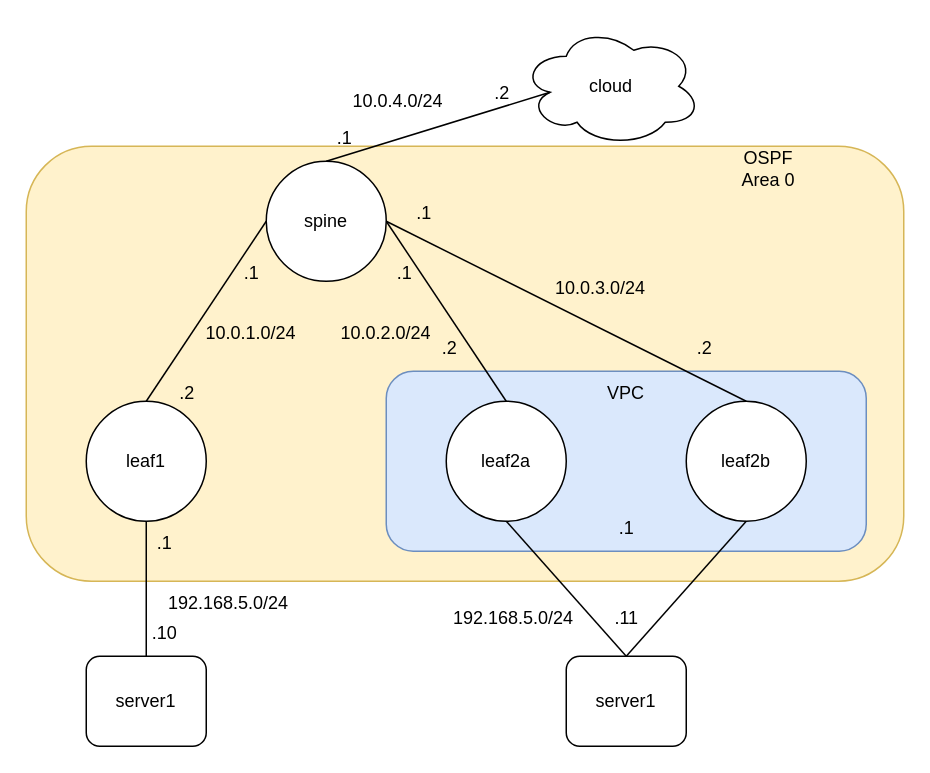
The draw.io diagram source/_posts/vxlan-simple/vxlan-simple.drawio in martyrsmith/martyrsmith.github.io, before the edit. Source tidied: cells renumbered, new cells numbered last; positions are measured from the earlier drawing's top-left corner, leaving out a move shared by most shapes. Both pictures are drawn from the tidied source at 150%, with x=0, y=0 at pixel (26, 26).
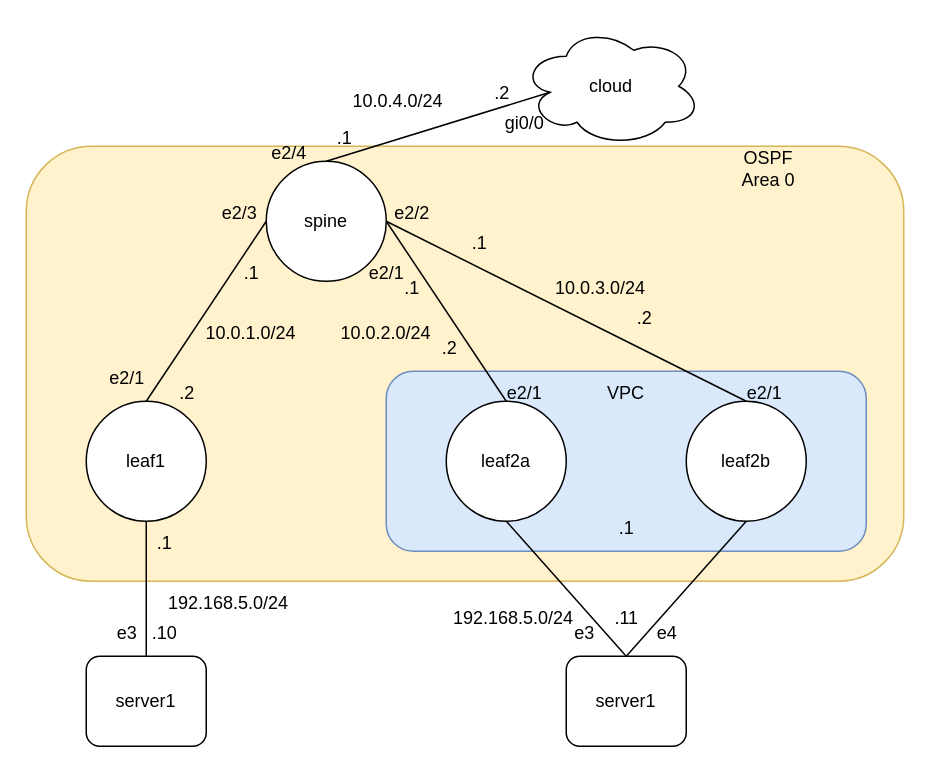
The same diagram, later.

Change to the diagram source:
```diff
@@
     <mxCell id="25" value=".1" style="text;html=1;strokeColor=none;fillColor=none;align=center;verticalAlign=middle;whiteSpace=wrap;rounded=0;" parent="1" vertex="1">
-      <mxGeometry x="240" y="150" width="25" height="30" as="geometry" />
+      <mxGeometry x="245" y="160" width="25" height="30" as="geometry" />
     </mxCell>
     <mxCell id="26" value=".1" style="text;html=1;strokeColor=none;fillColor=none;align=center;verticalAlign=middle;whiteSpace=wrap;rounded=0;" parent="1" vertex="1">
-      <mxGeometry x="253" y="110" width="25" height="30" as="geometry" />
+      <mxGeometry x="290" y="130" width="25" height="30" as="geometry" />
     </mxCell>
@@
     <mxCell id="31" value=".2" style="text;html=1;strokeColor=none;fillColor=none;align=center;verticalAlign=middle;whiteSpace=wrap;rounded=0;" parent="1" vertex="1">
-      <mxGeometry x="440" y="200" width="25" height="30" as="geometry" />
+      <mxGeometry x="400" y="180" width="25" height="30" as="geometry" />
     </mxCell>
@@
+    <mxCell id="38" value="e2/1" style="text;html=1;strokeColor=none;fillColor=none;align=center;verticalAlign=middle;whiteSpace=wrap;rounded=0;" parent="1" vertex="1">
+      <mxGeometry x="228" y="150" width="25" height="30" as="geometry" />
+    </mxCell>
+    <mxCell id="39" value="e2/2" style="text;html=1;strokeColor=none;fillColor=none;align=center;verticalAlign=middle;whiteSpace=wrap;rounded=0;" parent="1" vertex="1">
+      <mxGeometry x="245" y="110" width="25" height="30" as="geometry" />
+    </mxCell>
+    <mxCell id="40" value="e2/3" style="text;html=1;strokeColor=none;fillColor=none;align=center;verticalAlign=middle;whiteSpace=wrap;rounded=0;" parent="1" vertex="1">
+      <mxGeometry x="130" y="110" width="25" height="30" as="geometry" />
+    </mxCell>
+    <mxCell id="41" value="e2/1" style="text;html=1;strokeColor=none;fillColor=none;align=center;verticalAlign=middle;whiteSpace=wrap;rounded=0;" parent="1" vertex="1">
+      <mxGeometry x="320" y="230" width="25" height="30" as="geometry" />
+    </mxCell>
+    <mxCell id="42" value="e2/1" style="text;html=1;strokeColor=none;fillColor=none;align=center;verticalAlign=middle;whiteSpace=wrap;rounded=0;" parent="1" vertex="1">
+      <mxGeometry x="480" y="230" width="25" height="30" as="geometry" />
+    </mxCell>
+    <mxCell id="43" value="e2/1" style="text;html=1;strokeColor=none;fillColor=none;align=center;verticalAlign=middle;whiteSpace=wrap;rounded=0;" parent="1" vertex="1">
+      <mxGeometry x="55" y="220" width="25" height="30" as="geometry" />
+    </mxCell>
+    <mxCell id="44" value="e2/4" style="text;html=1;strokeColor=none;fillColor=none;align=center;verticalAlign=middle;whiteSpace=wrap;rounded=0;" parent="1" vertex="1">
+      <mxGeometry x="162.5" y="70" width="25" height="30" as="geometry" />
+    </mxCell>
+    <mxCell id="45" value="gi0/0" style="text;html=1;strokeColor=none;fillColor=none;align=center;verticalAlign=middle;whiteSpace=wrap;rounded=0;" parent="1" vertex="1">
+      <mxGeometry x="320" y="50" width="25" height="30" as="geometry" />
+    </mxCell>
+    <mxCell id="46" value="e3" style="text;html=1;strokeColor=none;fillColor=none;align=center;verticalAlign=middle;whiteSpace=wrap;rounded=0;" parent="1" vertex="1">
+      <mxGeometry x="55" y="390" width="25" height="30" as="geometry" />
+    </mxCell>
+    <mxCell id="47" value="e3" style="text;html=1;strokeColor=none;fillColor=none;align=center;verticalAlign=middle;whiteSpace=wrap;rounded=0;" parent="1" vertex="1">
+      <mxGeometry x="360" y="390" width="25" height="30" as="geometry" />
+    </mxCell>
+    <mxCell id="48" value="e4" style="text;html=1;strokeColor=none;fillColor=none;align=center;verticalAlign=middle;whiteSpace=wrap;rounded=0;" parent="1" vertex="1">
+      <mxGeometry x="415" y="390" width="25" height="30" as="geometry" />
+    </mxCell>
```
